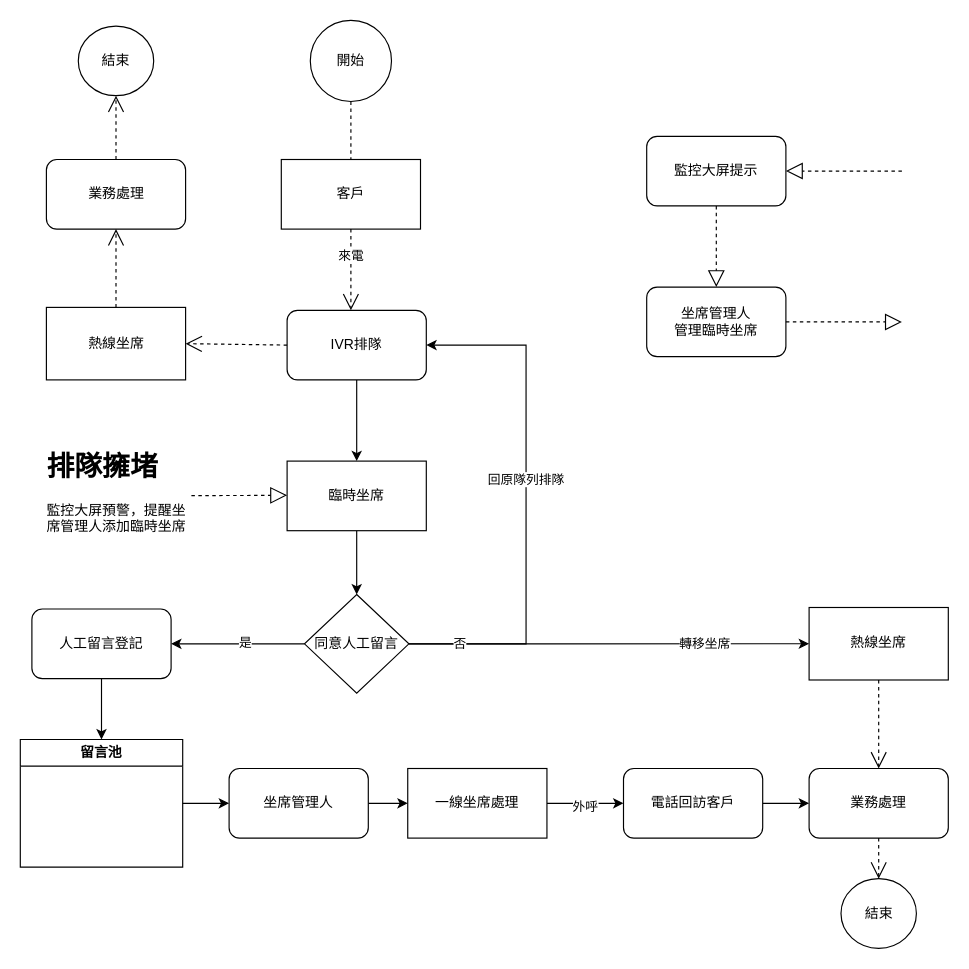
This is 最终Pick Call.drawio from 2571788183/-, a draw.io file, before an edit. Source tidied: cells renumbered, new cells numbered last; positions are measured from the earlier drawing's top-left corner, leaving out a move shared by most shapes. Both pictures are drawn from the tidied source at 116%, with x=0, y=0 at pixel (20, 20).
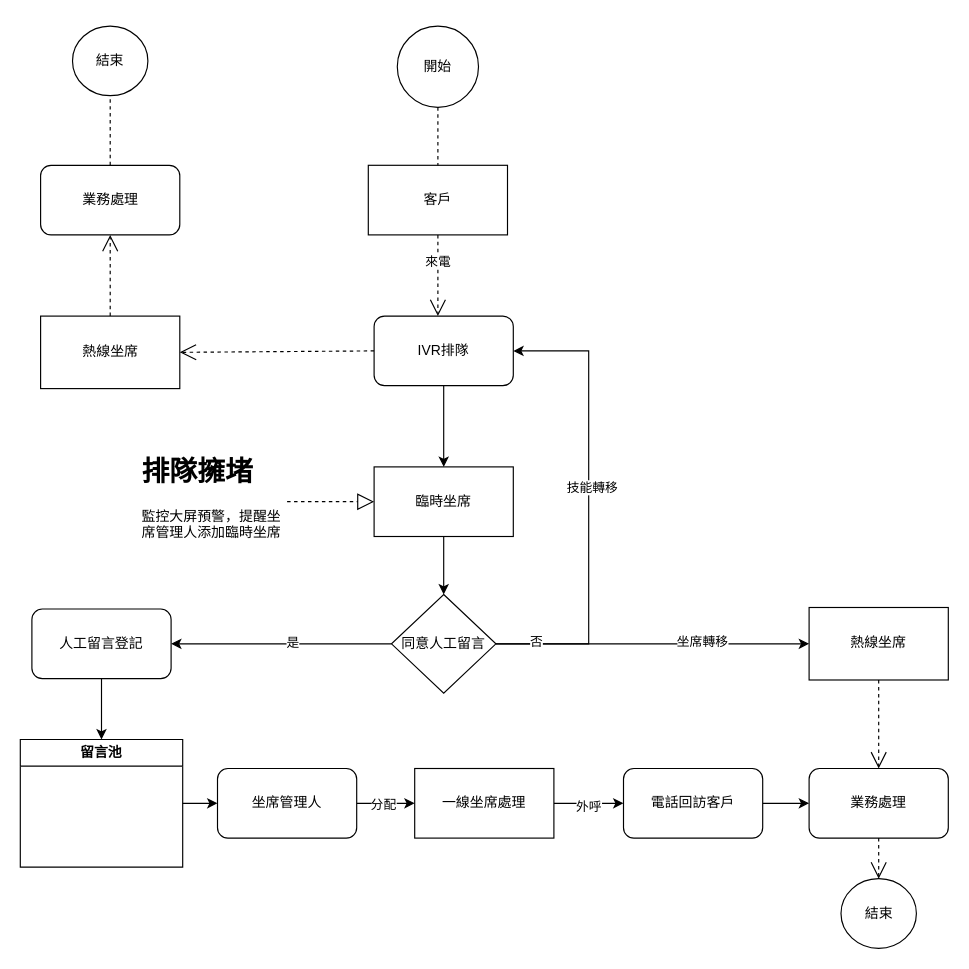
The same page after the edit.

Unchanged cells that the change refers to:
```xml
<mxCell id="20" style="edgeStyle=orthogonalEdgeStyle;rounded=0;jettySize=auto;html=1;" parent="1" edge="1" source="21" target="19">
  <mxGeometry relative="1" as="geometry" />
</mxCell>
<mxCell id="28" value="熱線坐席" style="whiteSpace=wrap;html=1;rounded=0;" parent="1" vertex="1">
  <mxGeometry x="680" y="506.2" width="120" height="62.5" as="geometry" />
</mxCell>
```

Diff of the diagram source:
```diff
@@
     <mxCell id="2" value="客戶" style="rounded=0;whiteSpace=wrap;html=1;" parent="1" vertex="1">
-      <mxGeometry x="225" y="120" width="120" height="60" as="geometry" />
+      <mxGeometry x="300" y="125" width="120" height="60" as="geometry" />
     </mxCell>
@@
     <mxCell id="5" value="臨時坐席" style="whiteSpace=wrap;html=1;rounded=0;" parent="1" vertex="1">
-      <mxGeometry x="230" y="380" width="120" height="60" as="geometry" />
+      <mxGeometry x="305" y="385" width="120" height="60" as="geometry" />
     </mxCell>
@@
-    <mxCell id="8" style="edgeStyle=orthogonalEdgeStyle;rounded=0;jettySize=auto;html=1;exitX=1;exitY=0.5;exitDx=0;exitDy=0;" parent="1" edge="1" source="13" target="14">
+    <mxCell id="8" style="edgeStyle=orthogonalEdgeStyle;rounded=0;jettySize=auto;html=1;exitX=1;exitY=0.5;exitDx=0;exitDy=0;entryX=1;entryY=0.5;entryDx=0;entryDy=0;" parent="1" edge="1" source="13" target="14">
       <mxGeometry relative="1" as="geometry">
         <Array as="points">
-          <mxPoint x="436" y="538" />
-          <mxPoint x="436" y="280" />
+          <mxPoint x="490" y="538" />
+          <mxPoint x="490" y="285" />
         </Array>
       </mxGeometry>
     </mxCell>
-    <mxCell id="9" value="回原隊列排隊" style="edgeLabel;html=1;align=center;verticalAlign=middle;" parent="8" vertex="1">
-      <mxGeometry x="0.1" y="-1" relative="1" as="geometry">
-        <mxPoint x="-2" y="1" as="offset" />
-      </mxGeometry>
-    </mxCell>
+    <mxCell id="47" value="技能轉移" style="edgeLabel;html=1;align=center;verticalAlign=middle;" parent="8" vertex="1">
+      <mxGeometry x="0.08" y="-2" relative="1" as="geometry" />
+    </mxCell>
-    <mxCell id="10" style="edgeStyle=orthogonalEdgeStyle;rounded=0;jettySize=auto;html=1;entryX=0;entryY=0.5;entryDx=0;entryDy=0;" parent="1" edge="1" source="13" target="28">
-      <mxGeometry relative="1" as="geometry">
-        <Array as="points">
-          <mxPoint x="450" y="538" />
-          <mxPoint x="450" y="538" />
-        </Array>
-      </mxGeometry>
+    <mxCell id="10" style="edgeStyle=orthogonalEdgeStyle;rounded=0;jettySize=auto;html=1;" parent="1" edge="1" source="13" target="28">
+      <mxGeometry relative="1" as="geometry" />
     </mxCell>
-    <mxCell id="11" value="轉移坐席" style="edgeLabel;html=1;align=center;verticalAlign=middle;" parent="10" vertex="1">
-      <mxGeometry x="0.29" y="1" relative="1" as="geometry">
-        <mxPoint x="32" y="1" as="offset" />
-      </mxGeometry>
-    </mxCell>
     <mxCell id="12" value="否" style="edgeLabel;html=1;align=center;verticalAlign=middle;" parent="10" vertex="1">
-      <mxGeometry x="-0.75" y="-4" relative="1" as="geometry">
-        <mxPoint y="-4" as="offset" />
-      </mxGeometry>
+      <mxGeometry x="-0.75" y="2" relative="1" as="geometry" />
     </mxCell>
+    <mxCell id="48" value="坐席轉移" style="edgeLabel;html=1;align=center;verticalAlign=middle;" parent="10" vertex="1">
+      <mxGeometry x="0.31" y="2" relative="1" as="geometry" />
+    </mxCell>
     <mxCell id="13" value="同意人工留言" style="rhombus;whiteSpace=wrap;html=1;rounded=0;" parent="1" vertex="1">
-      <mxGeometry x="245" y="495" width="90" height="85" as="geometry" />
+      <mxGeometry x="320" y="495" width="90" height="85" as="geometry" />
     </mxCell>
     <mxCell id="14" value="IVR排隊" style="rounded=1;whiteSpace=wrap;html=1;" parent="1" vertex="1">
-      <mxGeometry x="230" y="250" width="120" height="60" as="geometry" />
+      <mxGeometry x="305" y="255" width="120" height="60" as="geometry" />
     </mxCell>
@@
     <mxCell id="19" value="一線坐席處理" style="whiteSpace=wrap;html=1;" parent="1" vertex="1">
-      <mxGeometry x="334" y="645" width="120" height="60" as="geometry" />
+      <mxGeometry x="340" y="645" width="120" height="60" as="geometry" />
     </mxCell>
@@
+    <mxCell id="49" value="分配" style="edgeLabel;html=1;align=center;verticalAlign=middle;" parent="20" vertex="1">
+      <mxGeometry x="-0.12" relative="1" as="geometry" />
+    </mxCell>
     <mxCell id="21" value="坐席管理人" style="rounded=1;whiteSpace=wrap;html=1;" parent="1" vertex="1">
-      <mxGeometry x="180" y="645" width="120" height="60" as="geometry" />
+      <mxGeometry x="170" y="645" width="120" height="60" as="geometry" />
     </mxCell>
@@
     <mxCell id="26" value="開始" style="ellipse;whiteSpace=wrap;html=1;" parent="1" vertex="1">
-      <mxGeometry x="250" width="70" height="70" as="geometry" />
+      <mxGeometry x="325" y="5" width="70" height="70" as="geometry" />
     </mxCell>
@@
-    <mxCell id="33" value="監控大屏提示" style="rounded=1;whiteSpace=wrap;html=1;" parent="1" vertex="1">
-      <mxGeometry x="540" y="100" width="120" height="60" as="geometry" />
-    </mxCell>
-    <mxCell id="34" value="坐席管理人&lt;br&gt;管理臨時坐席" style="whiteSpace=wrap;html=1;rounded=1;" parent="1" vertex="1">
-      <mxGeometry x="540" y="230" width="120" height="60" as="geometry" />
-    </mxCell>
     <mxCell id="35" value="來電" style="endArrow=open;endSize=12;dashed=1;html=1;rounded=0;exitX=0.5;exitY=1;exitDx=0;exitDy=0;" parent="1" edge="1" source="2">
       <mxGeometry x="-0.33" relative="1" as="geometry">
-        <mxPoint x="285" y="250" as="targetPoint" />
+        <mxPoint x="360" y="255" as="targetPoint" />
       </mxGeometry>
     </mxCell>
-    <mxCell id="36" style="endArrow=block;dashed=1;endFill=0;endSize=12;html=1;rounded=0;exitX=0;exitY=0.5;exitDx=0;exitDy=0;" parent="1" edge="1" target="33">
-      <mxGeometry relative="1" as="geometry">
-        <mxPoint x="760" y="130" as="sourcePoint" />
-      </mxGeometry>
-    </mxCell>
-    <mxCell id="37" style="endArrow=block;dashed=1;endFill=0;endSize=12;html=1;rounded=0;entryX=0.5;entryY=0;entryDx=0;entryDy=0;exitX=0.5;exitY=1;exitDx=0;exitDy=0;" parent="1" edge="1" source="33" target="34">
-      <mxGeometry relative="1" as="geometry" />
-    </mxCell>
-    <mxCell id="38" style="endArrow=block;dashed=1;endFill=0;endSize=12;html=1;rounded=0;exitX=1;exitY=0.5;exitDx=0;exitDy=0;" parent="1" edge="1" source="34">
-      <mxGeometry relative="1" as="geometry">
-        <mxPoint x="760" y="260" as="targetPoint" />
-      </mxGeometry>
-    </mxCell>
     <mxCell id="39" value="熱線坐席" style="whiteSpace=wrap;html=1;rounded=0;" parent="1" vertex="1">
-      <mxGeometry x="22.5" y="247.5" width="120" height="62.5" as="geometry" />
+      <mxGeometry x="17.5" y="255" width="120" height="62.5" as="geometry" />
     </mxCell>
     <mxCell id="40" value="業務處理" style="whiteSpace=wrap;html=1;rounded=1;" parent="1" vertex="1">
-      <mxGeometry x="22.5" y="120" width="120" height="60" as="geometry" />
+      <mxGeometry x="17.5" y="125" width="120" height="60" as="geometry" />
     </mxCell>
     <mxCell id="41" value="結束" style="ellipse;whiteSpace=wrap;html=1;rounded=1;" parent="1" vertex="1">
-      <mxGeometry x="50" y="5" width="65" height="60" as="geometry" />
+      <mxGeometry x="45" y="5" width="65" height="60" as="geometry" />
     </mxCell>
@@
-    <mxCell id="44" style="endArrow=open;endSize=12;dashed=1;html=1;rounded=0;exitX=0.5;exitY=0;exitDx=0;exitDy=0;entryX=0.5;entryY=1;entryDx=0;entryDy=0;" parent="1" edge="1" source="40" target="41">
-      <mxGeometry x="0.12" y="51" relative="1" as="geometry" />
-    </mxCell>
     <mxCell id="45" value="&lt;h1&gt;排隊擁堵&lt;/h1&gt;&lt;div&gt;監控大屏預警，提醒坐席管理人添加臨時坐席&lt;/div&gt;" style="text;html=1;strokeColor=none;fillColor=none;spacing=5;spacingTop=-20;whiteSpace=wrap;overflow=hidden;rounded=0;" parent="1" vertex="1">
-      <mxGeometry x="17.5" y="365" width="130" height="90" as="geometry" />
+      <mxGeometry x="100" y="370" width="130" height="90" as="geometry" />
     </mxCell>
-    <mxCell id="46" style="endArrow=block;dashed=1;endFill=0;endSize=12;html=1;rounded=0;" parent="1" edge="1" source="45">
-      <mxGeometry relative="1" as="geometry">
-        <mxPoint x="230" y="409.5" as="targetPoint" />
-      </mxGeometry>
+    <mxCell id="46" style="endArrow=block;dashed=1;endFill=0;endSize=12;html=1;rounded=0;" parent="1" edge="1" source="45" target="5">
+      <mxGeometry relative="1" as="geometry" />
     </mxCell>
+    <mxCell id="44" style="endArrow=none;dashed=1;html=1;rounded=0;entryX=0.5;entryY=1;entryDx=0;entryDy=0;exitX=0.5;exitY=0;exitDx=0;exitDy=0;" parent="1" edge="1" source="40" target="41">
+      <mxGeometry relative="1" as="geometry" />
+    </mxCell>
```
